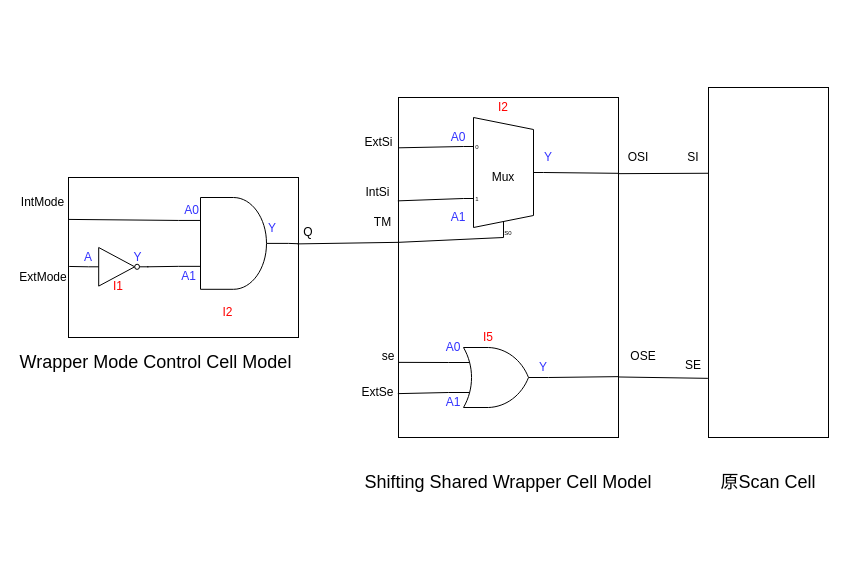
The draw.io diagram shiftingSharedWrapper.drawio in Gao-June/Algorithm_Exercise, before the edit. Source tidied: cells renumbered, new cells numbered last; positions are measured from the earlier drawing's top-left corner, leaving out a move shared by most shapes. Both pictures are drawn from the tidied source at 100%, with x=0, y=0 at pixel (18, 17).
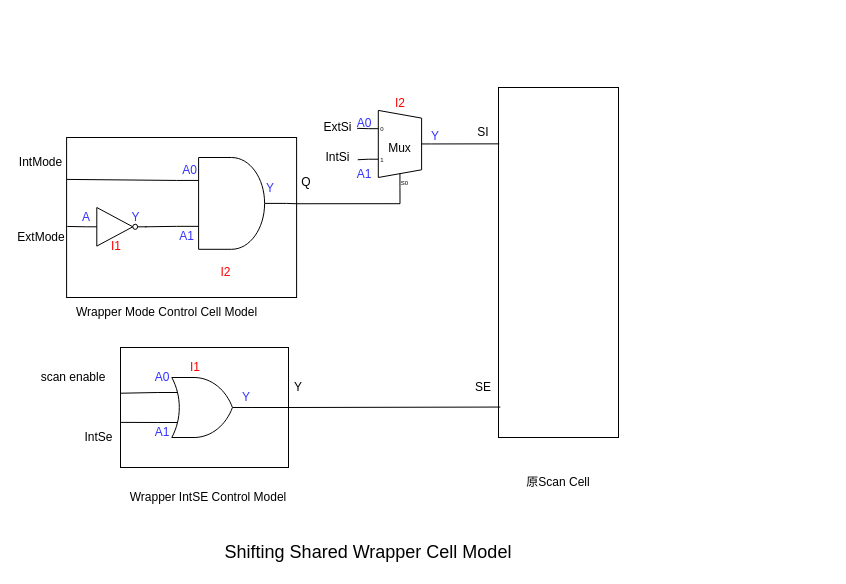
The same page after the edit.

What changed in the source:
```diff
@@
-    <mxCell id="2" style="rounded=0;whiteSpace=wrap;html=1;" parent="1" vertex="1">
-      <mxGeometry x="380" y="80" width="220" height="340" as="geometry" />
-    </mxCell>
     <mxCell id="3" value="&lt;font style=&quot;font-size: 18px;&quot;&gt;Shifting Shared Wrapper Cell Model&lt;/font&gt;" style="text;html=1;align=center;verticalAlign=middle;whiteSpace=wrap;rounded=0;" parent="1" vertex="1">
-      <mxGeometry x="300" y="450" width="380" height="30" as="geometry" />
+      <mxGeometry x="160" y="520" width="380" height="30" as="geometry" />
     </mxCell>
     <mxCell id="4" style="group;" parent="1" vertex="1">
-      <mxGeometry x="450" width="240" height="230" as="geometry" />
+      <mxGeometry x="359" width="240" height="230" as="geometry" />
     </mxCell>
     <mxCell id="5" style="group;" parent="4" vertex="1">
-      <mxGeometry x="-25" y="80" width="120" height="140" as="geometry" />
+      <mxGeometry x="-25" y="80" width="95" height="90" as="geometry" />
     </mxCell>
     <mxCell id="6" value="Mux" style="shadow=0;dashed=0;align=center;html=1;strokeWidth=1;shape=mxgraph.electrical.abstract.mux2;whiteSpace=wrap;direction=east;flipH=0;flipV=0;" parent="5" vertex="1">
-      <mxGeometry x="20" y="20" width="80" height="120" as="geometry" />
+      <mxGeometry x="15.8" y="12.9" width="63.3" height="77.1" as="geometry" />
     </mxCell>
     <mxCell id="7" value="&lt;font style=&quot;color: rgb(51, 51, 255);&quot;&gt;Y&lt;/font&gt;" style="text;html=1;align=center;verticalAlign=middle;whiteSpace=wrap;rounded=0;" parent="5" vertex="1">
-      <mxGeometry x="90" y="50" width="30" height="20" as="geometry" />
+      <mxGeometry x="71.2" y="32.1" width="23.8" height="12.9" as="geometry" />
     </mxCell>
     <mxCell id="8" value="&lt;font style=&quot;color: rgb(51, 51, 255);&quot;&gt;A1&lt;/font&gt;" style="text;html=1;align=center;verticalAlign=middle;whiteSpace=wrap;rounded=0;" parent="5" vertex="1">
-      <mxGeometry y="110" width="30" height="20" as="geometry" />
+      <mxGeometry y="70.7" width="23.8" height="12.9" as="geometry" />
     </mxCell>
     <mxCell id="9" value="&lt;font style=&quot;color: rgb(51, 51, 255);&quot;&gt;A0&lt;/font&gt;" style="text;html=1;align=center;verticalAlign=middle;whiteSpace=wrap;rounded=0;" parent="5" vertex="1">
-      <mxGeometry y="30" width="30" height="20" as="geometry" />
+      <mxGeometry y="19.3" width="23.8" height="12.9" as="geometry" />
     </mxCell>
     <mxCell id="10" value="&lt;font style=&quot;color: rgb(255, 0, 0);&quot;&gt;I2&lt;/font&gt;" style="text;html=1;align=center;verticalAlign=middle;whiteSpace=wrap;rounded=0;" parent="5" vertex="1">
-      <mxGeometry x="45" width="30" height="20" as="geometry" />
+      <mxGeometry x="35.6" width="23.8" height="12.9" as="geometry" />
     </mxCell>
-    <mxCell id="11" value="OSI" style="text;html=1;align=center;verticalAlign=middle;whiteSpace=wrap;rounded=0;" parent="4" vertex="1">
-      <mxGeometry x="160" y="125" width="20" height="30" as="geometry" />
-    </mxCell>
     <mxCell id="12" value="SI" style="text;html=1;align=center;verticalAlign=middle;whiteSpace=wrap;rounded=0;" parent="4" vertex="1">
-      <mxGeometry x="210" y="127.5" width="30" height="25" as="geometry" />
+      <mxGeometry x="91" y="102.5" width="30" height="25" as="geometry" />
     </mxCell>
     <mxCell id="13" value="IntSi" style="text;html=1;align=center;verticalAlign=middle;whiteSpace=wrap;rounded=0;" parent="1" vertex="1">
-      <mxGeometry x="340" y="160" width="39" height="30" as="geometry" />
+      <mxGeometry x="300" y="130" width="39" height="20" as="geometry" />
     </mxCell>
     <mxCell id="14" value="ExtSi" style="text;html=1;align=center;verticalAlign=middle;whiteSpace=wrap;rounded=0;" parent="1" vertex="1">
-      <mxGeometry x="341" y="110" width="39" height="30" as="geometry" />
+      <mxGeometry x="300" y="100" width="39" height="20" as="geometry" />
     </mxCell>
-    <mxCell id="15" style="group;" parent="1" vertex="1">
-      <mxGeometry x="420" y="310" width="120" height="85" as="geometry" />
-    </mxCell>
-    <mxCell id="16" value="&lt;font style=&quot;color: rgb(51, 51, 255);&quot;&gt;A0&lt;/font&gt;" style="text;html=1;align=center;verticalAlign=middle;whiteSpace=wrap;rounded=0;" parent="15" vertex="1">
-      <mxGeometry y="10" width="30" height="20" as="geometry" />
-    </mxCell>
-    <mxCell id="17" style="verticalLabelPosition=bottom;shadow=0;dashed=0;align=center;html=1;verticalAlign=top;shape=mxgraph.electrical.logic_gates.logic_gate;operation=or;" parent="15" vertex="1">
-      <mxGeometry x="10" y="20" width="100" height="60" as="geometry" />
-    </mxCell>
-    <mxCell id="18" value="&lt;font style=&quot;color: rgb(255, 0, 0);&quot;&gt;I5&lt;/font&gt;" style="text;html=1;align=center;verticalAlign=middle;whiteSpace=wrap;rounded=0;" parent="15" vertex="1">
-      <mxGeometry x="35" width="30" height="20" as="geometry" />
-    </mxCell>
-    <mxCell id="19" value="&lt;font style=&quot;color: rgb(51, 51, 255);&quot;&gt;A1&lt;/font&gt;" style="text;html=1;align=center;verticalAlign=middle;whiteSpace=wrap;rounded=0;" parent="15" vertex="1">
-      <mxGeometry y="65" width="30" height="20" as="geometry" />
-    </mxCell>
-    <mxCell id="20" value="&lt;font style=&quot;color: rgb(51, 51, 255);&quot;&gt;Y&lt;/font&gt;" style="text;html=1;align=center;verticalAlign=middle;whiteSpace=wrap;rounded=0;" parent="15" vertex="1">
-      <mxGeometry x="90" y="30" width="30" height="20" as="geometry" />
-    </mxCell>
-    <mxCell id="21" value="ExtSe" style="text;html=1;align=center;verticalAlign=middle;whiteSpace=wrap;rounded=0;" parent="1" vertex="1">
-      <mxGeometry x="340" y="360" width="39" height="30" as="geometry" />
-    </mxCell>
-    <mxCell id="22" value="se" style="text;html=1;align=center;verticalAlign=middle;whiteSpace=wrap;rounded=0;" parent="1" vertex="1">
-      <mxGeometry x="360" y="323.9" width="20" height="30" as="geometry" />
-    </mxCell>
     <mxCell id="23" style="rounded=0;whiteSpace=wrap;html=1;" parent="1" vertex="1">
-      <mxGeometry x="690" y="70" width="120" height="350" as="geometry" />
+      <mxGeometry x="480" y="70" width="120" height="350" as="geometry" />
     </mxCell>
-    <mxCell id="24" value="&lt;font style=&quot;font-size: 18px;&quot;&gt;原Scan Cell&lt;/font&gt;" style="text;html=1;align=center;verticalAlign=middle;whiteSpace=wrap;rounded=0;" parent="1" vertex="1">
-      <mxGeometry x="700" y="450" width="100" height="30" as="geometry" />
+    <mxCell id="24" value="&lt;font style=&quot;font-size: 12px;&quot;&gt;原Scan Cell&lt;/font&gt;" style="text;html=1;align=center;verticalAlign=middle;whiteSpace=wrap;rounded=0;" parent="1" vertex="1">
+      <mxGeometry x="490" y="450" width="100" height="30" as="geometry" />
     </mxCell>
-    <mxCell id="25" value="OSE" style="text;html=1;align=center;verticalAlign=middle;whiteSpace=wrap;rounded=0;" parent="1" vertex="1">
-      <mxGeometry x="610" y="323.9" width="30" height="30" as="geometry" />
-    </mxCell>
     <mxCell id="26" value="SE" style="text;html=1;align=center;verticalAlign=middle;whiteSpace=wrap;rounded=0;" parent="1" vertex="1">
-      <mxGeometry x="660" y="336.1" width="30" height="23.9" as="geometry" />
+      <mxGeometry x="450" y="358.1" width="30" height="23.9" as="geometry" />
     </mxCell>
-    <mxCell id="27" style="endArrow=none;html=1;rounded=0;entryX=0;entryY=0.25;entryDx=0;entryDy=0;entryPerimeter=0;exitX=0.002;exitY=0.779;exitDx=0;exitDy=0;exitPerimeter=0;" parent="1" edge="1" source="2" target="17">
-      <mxGeometry relative="1" as="geometry" />
-    </mxCell>
-    <mxCell id="28" style="endArrow=none;html=1;rounded=0;entryX=0;entryY=0.75;entryDx=0;entryDy=0;entryPerimeter=0;exitX=-0.003;exitY=0.871;exitDx=0;exitDy=0;exitPerimeter=0;" parent="1" edge="1" source="2" target="17">
-      <mxGeometry relative="1" as="geometry" />
-    </mxCell>
-    <mxCell id="29" style="endArrow=none;html=1;rounded=0;entryX=0;entryY=0.65;entryDx=0;entryDy=3;entryPerimeter=0;exitX=-0.003;exitY=0.304;exitDx=0;exitDy=0;exitPerimeter=0;" parent="1" edge="1" source="2" target="6">
+    <mxCell id="29" style="endArrow=none;html=1;rounded=0;entryX=0;entryY=0.5944444444444444;entryDx=0;entryDy=3;entryPerimeter=0;exitX=1.006;exitY=0.612;exitDx=0;exitDy=0;exitPerimeter=0;" parent="1" edge="1" source="13" target="6">
       <mxGeometry relative="1" as="geometry" />
     </mxCell>
-    <mxCell id="30" style="endArrow=none;html=1;rounded=0;entryX=0;entryY=0.21666666666666667;entryDx=0;entryDy=3;entryPerimeter=0;exitX=0;exitY=0.148;exitDx=0;exitDy=0;exitPerimeter=0;" parent="1" edge="1" source="2" target="6">
+    <mxCell id="30" style="endArrow=none;html=1;rounded=0;entryX=0;entryY=0.19814814814814816;entryDx=0;entryDy=3;entryPerimeter=0;exitX=0.989;exitY=0.541;exitDx=0;exitDy=0;exitPerimeter=0;" parent="1" edge="1" source="14" target="6">
       <mxGeometry relative="1" as="geometry" />
     </mxCell>
-    <mxCell id="31" style="endArrow=none;html=1;rounded=0;entryX=1;entryY=0.5;entryDx=0;entryDy=-5;entryPerimeter=0;exitX=1;exitY=0.223;exitDx=0;exitDy=0;exitPerimeter=0;" parent="1" edge="1" source="2" target="6">
-      <mxGeometry relative="1" as="geometry" />
-    </mxCell>
-    <mxCell id="32" style="endArrow=none;html=1;rounded=0;exitX=1;exitY=0.5;exitDx=0;exitDy=0;exitPerimeter=0;entryX=1.001;entryY=0.821;entryDx=0;entryDy=0;entryPerimeter=0;" parent="1" edge="1" source="17" target="2">
-      <mxGeometry relative="1" as="geometry" />
-    </mxCell>
-    <mxCell id="33" style="endArrow=none;html=1;rounded=0;exitX=0.999;exitY=0.822;exitDx=0;exitDy=0;exitPerimeter=0;entryX=-0.005;entryY=0.831;entryDx=0;entryDy=0;entryPerimeter=0;" parent="1" edge="1" source="2" target="23">
-      <mxGeometry relative="1" as="geometry" />
-    </mxCell>
-    <mxCell id="34" style="endArrow=none;html=1;rounded=0;exitX=0.998;exitY=0.224;exitDx=0;exitDy=0;exitPerimeter=0;entryX=0.001;entryY=0.245;entryDx=0;entryDy=0;entryPerimeter=0;" parent="1" edge="1" source="2" target="23">
-      <mxGeometry relative="1" as="geometry" />
+    <mxCell id="34" style="endArrow=none;html=1;rounded=0;entryX=-0.003;entryY=0.16;entryDx=0;entryDy=0;entryPerimeter=0;" parent="1" edge="1" target="23">
+      <mxGeometry relative="1" as="geometry">
+        <mxPoint x="480" y="126" as="sourcePoint" />
+      </mxGeometry>
     </mxCell>
-    <mxCell id="35" value="TM" style="text;html=1;align=center;verticalAlign=middle;whiteSpace=wrap;rounded=0;" parent="1" vertex="1">
-      <mxGeometry x="349" y="190" width="31" height="30" as="geometry" />
-    </mxCell>
-    <mxCell id="36" style="endArrow=none;html=1;rounded=0;entryX=0.375;entryY=1;entryDx=10;entryDy=0;entryPerimeter=0;exitX=0;exitY=0.426;exitDx=0;exitDy=0;exitPerimeter=0;" parent="1" edge="1" source="2" target="6">
+    <mxCell id="36" style="endArrow=none;html=1;rounded=0;entryDx=10;entryDy=0;entryPerimeter=0;exitDx=0;exitDy=0;exitPerimeter=0;exitX=0.998;exitY=0.414;entryX=0.34210526315789475;entryY=1;startFill=0;edgeStyle=orthogonalEdgeStyle;" parent="1" edge="1" source="39" target="6">
       <mxGeometry relative="1" as="geometry" />
     </mxCell>
-    <mxCell id="37" value="&lt;font style=&quot;font-size: 18px;&quot;&gt;Wrapper Mode Control Cell Model&lt;/font&gt;" style="text;html=1;align=center;verticalAlign=middle;whiteSpace=wrap;rounded=0;" parent="1" vertex="1">
-      <mxGeometry y="330" width="275.2" height="30" as="geometry" />
+    <mxCell id="37" value="&lt;font style=&quot;font-size: 12px;&quot;&gt;Wrapper Mode Control Cell Model&lt;/font&gt;" style="text;html=1;align=center;verticalAlign=middle;whiteSpace=wrap;rounded=0;" parent="1" vertex="1">
+      <mxGeometry x="10.5" y="280" width="275.2" height="30" as="geometry" />
     </mxCell>
     <mxCell id="38" style="group;" parent="1" vertex="1">
-      <mxGeometry y="160" width="300" height="160" as="geometry" />
+      <mxGeometry x="-1.9" y="110" width="300" height="160" as="geometry" />
     </mxCell>
     <mxCell id="39" style="rounded=0;whiteSpace=wrap;html=1;" parent="38" vertex="1">
-      <mxGeometry x="50" width="230" height="160" as="geometry" />
+      <mxGeometry x="50" y="10" width="230" height="160" as="geometry" />
     </mxCell>
     <mxCell id="40" style="group;" parent="38" vertex="1">
-      <mxGeometry x="50" y="70" width="89" height="45" as="geometry" />
+      <mxGeometry x="50" y="80" width="89" height="45" as="geometry" />
     </mxCell>
@@
     <mxCell id="45" style="group;" parent="38" vertex="1">
-      <mxGeometry x="160" y="20" width="110" height="130" as="geometry" />
+      <mxGeometry x="160" y="30" width="110" height="130" as="geometry" />
     </mxCell>
@@
     <mxCell id="53" value="IntMode" style="text;html=1;align=center;verticalAlign=middle;whiteSpace=wrap;rounded=0;" parent="38" vertex="1">
-      <mxGeometry y="10" width="49" height="30" as="geometry" />
+      <mxGeometry y="20" width="49" height="30" as="geometry" />
     </mxCell>
     <mxCell id="54" value="ExtMode" style="text;html=1;align=center;verticalAlign=middle;whiteSpace=wrap;rounded=0;" parent="38" vertex="1">
-      <mxGeometry y="85" width="50" height="30" as="geometry" />
+      <mxGeometry y="95" width="50" height="30" as="geometry" />
     </mxCell>
@@
-    <mxCell id="59" style="endArrow=none;html=1;rounded=0;exitX=0.996;exitY=0.415;exitDx=0;exitDy=0;exitPerimeter=0;entryX=0;entryY=0.426;entryDx=0;entryDy=0;entryPerimeter=0;" parent="1" edge="1" source="39" target="2">
-      <mxGeometry relative="1" as="geometry" />
-    </mxCell>
+    <mxCell id="60" style="group;" parent="1" vertex="1">
+      <mxGeometry x="130" y="340" width="140" height="110" as="geometry" />
+    </mxCell>
+    <mxCell id="61" style="rounded=0;whiteSpace=wrap;html=1;" parent="60" vertex="1">
+      <mxGeometry x="-28" y="-10" width="168" height="120" as="geometry" />
+    </mxCell>
+    <mxCell id="16" value="&lt;font style=&quot;color: rgb(51, 51, 255);&quot;&gt;A0&lt;/font&gt;" style="text;html=1;align=center;verticalAlign=middle;whiteSpace=wrap;rounded=0;" parent="60" vertex="1">
+      <mxGeometry y="10" width="28" height="20" as="geometry" />
+    </mxCell>
+    <mxCell id="62" style="verticalLabelPosition=bottom;shadow=0;dashed=0;align=center;html=1;verticalAlign=top;shape=mxgraph.electrical.logic_gates.logic_gate;operation=or;" parent="60" vertex="1">
+      <mxGeometry x="9.3" y="20" width="93.3" height="60" as="geometry" />
+    </mxCell>
+    <mxCell id="63" value="&lt;font style=&quot;color: rgb(255, 0, 0);&quot;&gt;I1&lt;/font&gt;" style="text;html=1;align=center;verticalAlign=middle;whiteSpace=wrap;rounded=0;" parent="60" vertex="1">
+      <mxGeometry x="32.7" width="28" height="20" as="geometry" />
+    </mxCell>
+    <mxCell id="19" value="&lt;font style=&quot;color: rgb(51, 51, 255);&quot;&gt;A1&lt;/font&gt;" style="text;html=1;align=center;verticalAlign=middle;whiteSpace=wrap;rounded=0;" parent="60" vertex="1">
+      <mxGeometry y="65" width="28" height="20" as="geometry" />
+    </mxCell>
+    <mxCell id="20" value="&lt;font style=&quot;color: rgb(51, 51, 255);&quot;&gt;Y&lt;/font&gt;" style="text;html=1;align=center;verticalAlign=middle;whiteSpace=wrap;rounded=0;" parent="60" vertex="1">
+      <mxGeometry x="84" y="30" width="28" height="20" as="geometry" />
+    </mxCell>
+    <mxCell id="64" style="endArrow=none;html=1;rounded=0;entryX=0;entryY=0.25;entryDx=0;entryDy=0;entryPerimeter=0;exitX=0.001;exitY=0.381;exitDx=0;exitDy=0;exitPerimeter=0;" parent="60" edge="1" source="61" target="62">
+      <mxGeometry relative="1" as="geometry" />
+    </mxCell>
+    <mxCell id="65" style="endArrow=none;html=1;rounded=0;entryX=0;entryY=0.75;entryDx=0;entryDy=0;entryPerimeter=0;exitX=0.002;exitY=0.624;exitDx=0;exitDy=0;exitPerimeter=0;" parent="60" edge="1" source="61" target="62">
+      <mxGeometry relative="1" as="geometry" />
+    </mxCell>
+    <mxCell id="66" style="endArrow=none;html=1;rounded=0;entryX=1;entryY=0.5;entryDx=0;entryDy=0;entryPerimeter=0;exitX=1;exitY=0.5;exitDx=0;exitDy=0;" parent="60" edge="1" source="61" target="62">
+      <mxGeometry relative="1" as="geometry" />
+    </mxCell>
+    <mxCell id="67" value="IntSe" style="text;html=1;align=center;verticalAlign=middle;whiteSpace=wrap;rounded=0;" parent="1" vertex="1">
+      <mxGeometry x="60.5" y="405" width="39" height="30" as="geometry" />
+    </mxCell>
+    <mxCell id="68" value="scan enable" style="text;html=1;align=center;verticalAlign=middle;whiteSpace=wrap;rounded=0;" parent="1" vertex="1">
+      <mxGeometry x="20" y="345" width="70" height="30" as="geometry" />
+    </mxCell>
+    <mxCell id="69" value="Y" style="text;html=1;align=center;verticalAlign=middle;whiteSpace=wrap;rounded=0;" parent="1" vertex="1">
+      <mxGeometry x="270" y="355" width="20" height="30" as="geometry" />
+    </mxCell>
+    <mxCell id="70" value="&lt;font style=&quot;font-size: 12px;&quot;&gt;Wrapper IntSE Control Model&lt;/font&gt;" style="text;html=1;align=center;verticalAlign=middle;whiteSpace=wrap;rounded=0;" parent="1" vertex="1">
+      <mxGeometry x="110" y="465" width="160" height="30" as="geometry" />
+    </mxCell>
+    <mxCell id="71" style="edgeStyle=none;rounded=0;jettySize=auto;html=1;exitX=1;exitY=0.5;exitDx=0;exitDy=-5;exitPerimeter=0;entryX=0.006;entryY=0.161;entryDx=0;entryDy=0;entryPerimeter=0;strokeColor=default;endArrow=none;startFill=0;" parent="1" edge="1" source="6" target="23">
+      <mxGeometry relative="1" as="geometry" />
+    </mxCell>
+    <mxCell id="72" style="edgeStyle=none;rounded=0;jettySize=auto;html=1;exitX=1;exitY=0.5;exitDx=0;exitDy=0;entryX=0.015;entryY=0.913;entryDx=0;entryDy=0;entryPerimeter=0;endArrow=none;startFill=0;" parent="1" edge="1" source="61" target="23">
+      <mxGeometry relative="1" as="geometry" />
+    </mxCell>
```
